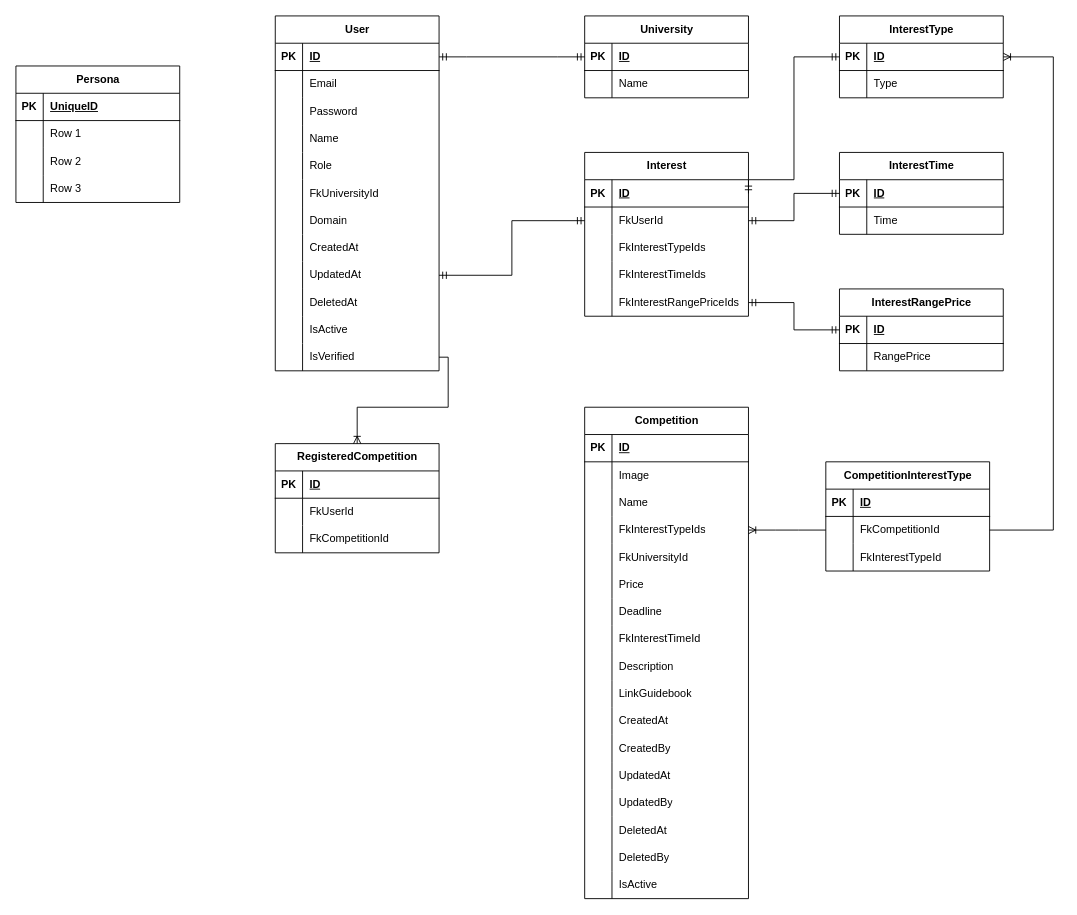
The draw.io diagram compedia.drawio in centwong/Compedia-BE, before the edit. Source tidied: cells renumbered, new cells numbered last; positions are measured from the earlier drawing's top-left corner, leaving out a move shared by most shapes. Both pictures are drawn from the tidied source at 91%, with x=0, y=0 at pixel (15, 15).
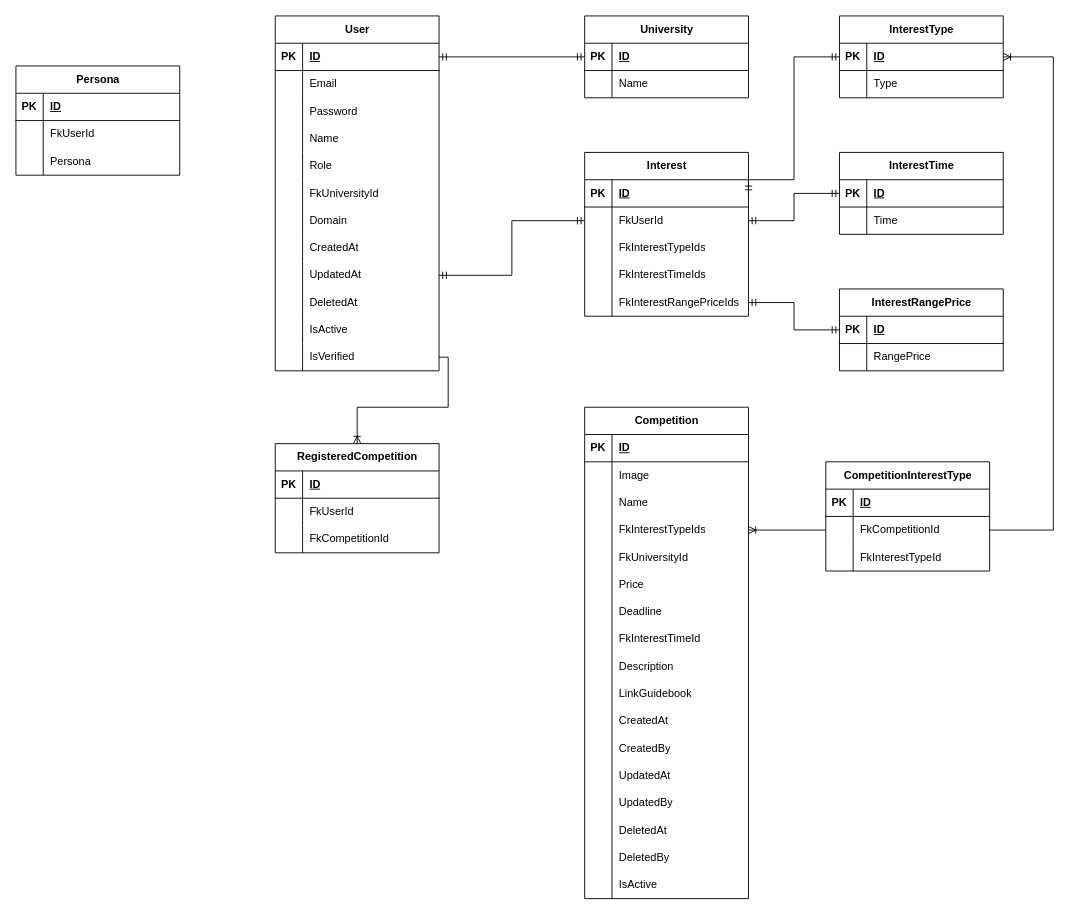
The same page after the edit.

The change refers to these unchanged cells:
```xml
<mxCell id="164" style="shape=tableRow;horizontal=0;startSize=0;swimlaneHead=0;swimlaneBody=0;fillColor=none;top=0;left=0;right=0;bottom=1;" parent="163" vertex="1">
  <mxGeometry y="30" width="180" height="30" as="geometry" />
</mxCell>
<mxCell id="167" style="shape=tableRow;horizontal=0;startSize=0;swimlaneHead=0;swimlaneBody=0;fillColor=none;top=0;left=0;right=0;bottom=0;" parent="163" vertex="1">
  <mxGeometry y="60" width="180" height="30" as="geometry" />
</mxCell>
<mxCell id="170" style="shape=tableRow;horizontal=0;startSize=0;swimlaneHead=0;swimlaneBody=0;fillColor=none;top=0;left=0;right=0;bottom=0;" parent="163" vertex="1">
  <mxGeometry y="90" width="180" height="30" as="geometry" />
</mxCell>
```

What changed in the source:
```diff
@@
     <mxCell id="163" value="Persona" style="shape=table;startSize=30;childLayout=tableLayout;rowLines=0;fontStyle=1;align=center;html=1;" parent="1" vertex="1">
-      <mxGeometry y="55" width="180" height="150" as="geometry" />
+      <mxGeometry y="55" width="180" height="120" as="geometry" />
     </mxCell>
@@
-    <mxCell id="166" value="UniqueID" style="shape=partialRectangle;fillColor=none;top=0;left=0;bottom=0;right=0;align=left;spacingLeft=6;fontStyle=5;overflow=hidden;whiteSpace=wrap;html=1;" parent="164" vertex="1">
+    <mxCell id="166" value="ID" style="shape=partialRectangle;fillColor=none;top=0;left=0;bottom=0;right=0;align=left;spacingLeft=6;fontStyle=5;overflow=hidden;whiteSpace=wrap;html=1;" parent="164" vertex="1">
       <mxGeometry x="30" width="150" height="30" as="geometry" />
     </mxCell>
@@
-    <mxCell id="169" value="Row 1" style="shape=partialRectangle;fillColor=none;top=0;left=0;bottom=0;right=0;align=left;spacingLeft=6;overflow=hidden;whiteSpace=wrap;html=1;" parent="167" vertex="1">
+    <mxCell id="169" value="FkUserId" style="shape=partialRectangle;fillColor=none;top=0;left=0;bottom=0;right=0;align=left;spacingLeft=6;overflow=hidden;whiteSpace=wrap;html=1;" parent="167" vertex="1">
       <mxGeometry x="30" width="150" height="30" as="geometry" />
     </mxCell>
@@
-    <mxCell id="172" value="Row 2" style="shape=partialRectangle;fillColor=none;top=0;left=0;bottom=0;right=0;align=left;spacingLeft=6;overflow=hidden;whiteSpace=wrap;html=1;" parent="170" vertex="1">
+    <mxCell id="172" value="Persona" style="shape=partialRectangle;fillColor=none;top=0;left=0;bottom=0;right=0;align=left;spacingLeft=6;overflow=hidden;whiteSpace=wrap;html=1;" parent="170" vertex="1">
       <mxGeometry x="30" width="150" height="30" as="geometry" />
     </mxCell>
-    <mxCell id="173" style="shape=tableRow;horizontal=0;startSize=0;swimlaneHead=0;swimlaneBody=0;fillColor=none;top=0;left=0;right=0;bottom=0;" parent="163" vertex="1">
-      <mxGeometry y="120" width="180" height="30" as="geometry" />
-    </mxCell>
-    <mxCell id="174" style="shape=partialRectangle;fillColor=none;top=0;left=0;bottom=0;right=0;overflow=hidden;whiteSpace=wrap;html=1;" parent="173" vertex="1">
-      <mxGeometry width="30" height="30" as="geometry" />
-    </mxCell>
-    <mxCell id="175" value="Row 3" style="shape=partialRectangle;fillColor=none;top=0;left=0;bottom=0;right=0;align=left;spacingLeft=6;overflow=hidden;whiteSpace=wrap;html=1;" parent="173" vertex="1">
-      <mxGeometry x="30" width="150" height="30" as="geometry" />
-    </mxCell>
```
